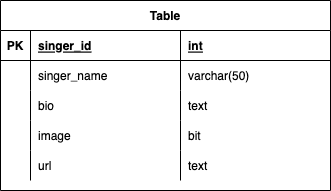
Before: seaborn-mvp-erd.drawio.png, a diagram exported from draw.io (seabornjr/seaborn-mvp). Source tidied: cells renumbered, new cells last; positions are measured from the earlier drawing's top-left corner, leaving out a move shared by most shapes.
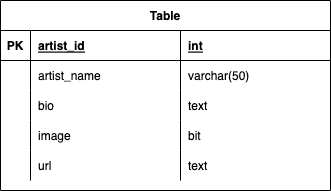
The same file after the commit.

The edit, as a diff of the source:
```diff
@@ -11,7 +11,7 @@
     <mxCell id="4" value="PK" style="shape=partialRectangle;fillColor=none;top=0;left=0;bottom=0;right=0;fontStyle=1;overflow=hidden;" parent="3" vertex="1">
       <mxGeometry width="30" height="30" as="geometry" />
     </mxCell>
-    <mxCell id="5" value="singer_id" style="shape=partialRectangle;fillColor=none;top=0;left=0;bottom=0;right=0;align=left;spacingLeft=6;fontStyle=5;overflow=hidden;" parent="3" vertex="1">
+    <mxCell id="5" value="artist_id" style="shape=partialRectangle;fillColor=none;top=0;left=0;bottom=0;right=0;align=left;spacingLeft=6;fontStyle=5;overflow=hidden;" parent="3" vertex="1">
       <mxGeometry x="30" width="150" height="30" as="geometry" />
     </mxCell>
     <mxCell id="6" value="int" style="shape=partialRectangle;fillColor=none;top=0;left=0;bottom=0;right=0;align=left;spacingLeft=6;fontStyle=5;overflow=hidden;" parent="3" vertex="1">
@@ -23,7 +23,7 @@
     <mxCell id="8" style="shape=partialRectangle;fillColor=none;top=0;left=0;bottom=0;right=0;overflow=hidden;" parent="7" vertex="1">
       <mxGeometry width="30" height="30" as="geometry" />
     </mxCell>
-    <mxCell id="9" value="singer_name" style="shape=partialRectangle;fillColor=none;top=0;left=0;bottom=0;right=0;align=left;spacingLeft=6;overflow=hidden;" parent="7" vertex="1">
+    <mxCell id="9" value="artist_name" style="shape=partialRectangle;fillColor=none;top=0;left=0;bottom=0;right=0;align=left;spacingLeft=6;overflow=hidden;" parent="7" vertex="1">
       <mxGeometry x="30" width="150" height="30" as="geometry" />
     </mxCell>
     <mxCell id="10" value="varchar(50)" style="shape=partialRectangle;fillColor=none;top=0;left=0;bottom=0;right=0;align=left;spacingLeft=6;overflow=hidden;" parent="7" vertex="1">
```
